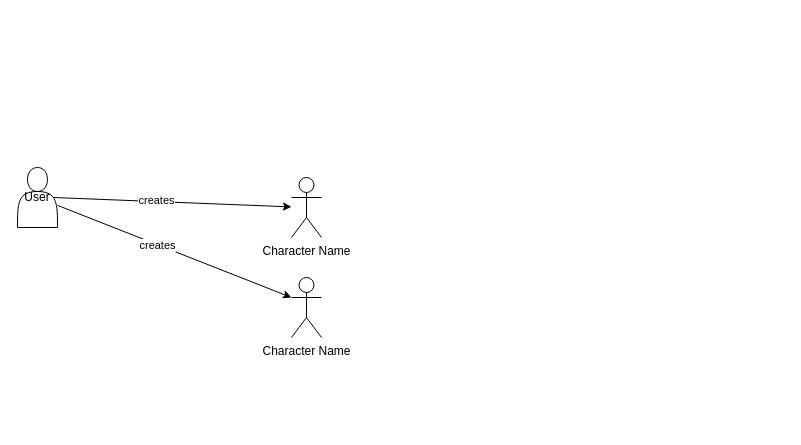
The draw.io diagram Diagrams/ContextDiagram.drawio in Joel6v/PraktikumZuehlke, before the edit. Source tidied: cells renumbered, new cells numbered last; positions are measured from the earlier drawing's top-left corner, leaving out a move shared by most shapes. Both pictures are drawn from the tidied source at 100%, with x=0, y=0 at pixel (17, 167).
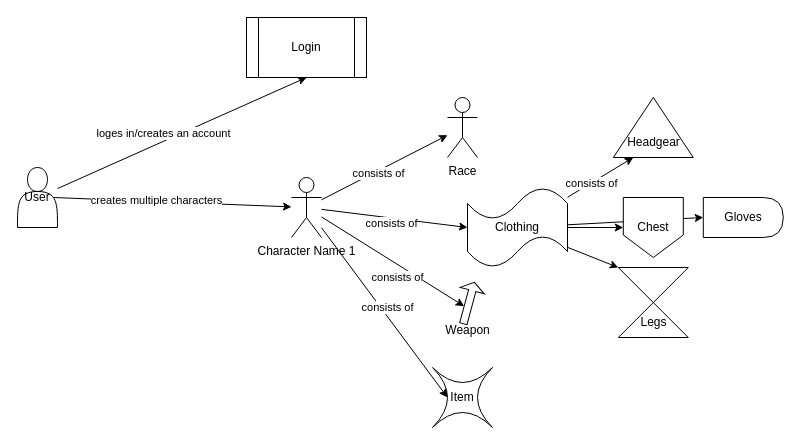
After the change.

Commit message:
Edit the Context Diagram

The change refers to these unchanged cells:
```xml
<mxCell id="2" value="User" style="shape=actor;whiteSpace=wrap;html=1;" parent="1" vertex="1">
  <mxGeometry width="40" height="60" as="geometry" />
</mxCell>
<mxCell id="4" style="rounded=0;jettySize=auto;html=1;entryX=0.9;entryY=0.5;entryDx=0;entryDy=0;entryPerimeter=0;endArrow=none;endFill=0;startArrow=classic;startFill=1;" parent="1" edge="1" source="3" target="2">
  <mxGeometry relative="1" as="geometry" />
</mxCell>
```

The edit, as a diff of the source:
```diff
@@
+    <mxCell id="9" style="rounded=0;jettySize=auto;html=1;entryX=0.5;entryY=1;entryDx=0;entryDy=0;" parent="1" edge="1" source="2" target="36">
+      <mxGeometry relative="1" as="geometry" />
+    </mxCell>
+    <mxCell id="10" value="loges in/creates an account" style="edgeLabel;html=1;align=center;verticalAlign=middle;" parent="9" vertex="1">
+      <mxGeometry x="-0.21" y="-1" relative="1" as="geometry">
+        <mxPoint x="6" y="-12" as="offset" />
+      </mxGeometry>
+    </mxCell>
@@
+    <mxCell id="11" style="rounded=0;jettySize=auto;html=1;" parent="1" edge="1" source="3" target="13">
+      <mxGeometry relative="1" as="geometry" />
+    </mxCell>
+    <mxCell id="12" value="consists of" style="edgeLabel;html=1;align=center;verticalAlign=middle;" parent="11" vertex="1">
+      <mxGeometry x="-0.11" y="-2" relative="1" as="geometry" />
+    </mxCell>
-    <mxCell id="3" value="Character Name" style="shape=umlActor;verticalLabelPosition=bottom;verticalAlign=top;html=1;" parent="1" vertex="1">
+    <mxCell id="3" value="Character Name 1" style="shape=umlActor;verticalLabelPosition=bottom;verticalAlign=top;html=1;" parent="1" vertex="1">
       <mxGeometry x="274" y="10" width="30" height="60" as="geometry" />
     </mxCell>
@@
-    <mxCell id="5" value="creates" style="edgeLabel;html=1;align=center;verticalAlign=middle;" parent="4" vertex="1">
+    <mxCell id="5" value="creates multiple characters" style="edgeLabel;html=1;align=center;verticalAlign=middle;" parent="4" vertex="1">
       <mxGeometry x="0.14" y="-2" relative="1" as="geometry" />
     </mxCell>
-    <mxCell id="6" value="Character Name" style="shape=umlActor;verticalLabelPosition=bottom;verticalAlign=top;html=1;" parent="1" vertex="1">
-      <mxGeometry x="274" y="110" width="30" height="60" as="geometry" />
-    </mxCell>
-    <mxCell id="7" style="rounded=0;jettySize=auto;html=1;entryX=0;entryY=0.3333333333333333;entryDx=0;entryDy=0;entryPerimeter=0;" parent="1" edge="1" source="2" target="6">
-      <mxGeometry relative="1" as="geometry" />
-    </mxCell>
-    <mxCell id="8" value="creates" style="edgeLabel;html=1;align=center;verticalAlign=middle;" parent="7" vertex="1">
-      <mxGeometry x="-0.15" relative="1" as="geometry" />
-    </mxCell>
+    <mxCell id="13" value="Race" style="shape=umlActor;verticalLabelPosition=bottom;verticalAlign=top;html=1;outlineConnect=0;" parent="1" vertex="1">
+      <mxGeometry x="430" y="-70" width="30" height="60" as="geometry" />
+    </mxCell>
+    <mxCell id="14" style="rounded=0;jettySize=auto;html=1;entryX=0;entryY=0.25;entryDx=0;entryDy=0;" parent="1" edge="1" source="19" target="24">
+      <mxGeometry relative="1" as="geometry" />
+    </mxCell>
+    <mxCell id="15" value="consists of" style="edgeLabel;html=1;align=center;verticalAlign=middle;" parent="14" vertex="1">
+      <mxGeometry x="-0.31" relative="1" as="geometry" />
+    </mxCell>
+    <mxCell id="16" style="rounded=0;jettySize=auto;html=1;entryX=0;entryY=0.5;entryDx=0;entryDy=0;" parent="1" edge="1" source="19" target="20">
+      <mxGeometry relative="1" as="geometry" />
+    </mxCell>
+    <mxCell id="17" style="rounded=0;jettySize=auto;html=1;entryX=0;entryY=0;entryDx=0;entryDy=0;" parent="1" edge="1" source="19" target="38">
+      <mxGeometry relative="1" as="geometry" />
+    </mxCell>
+    <mxCell id="18" style="rounded=0;jettySize=auto;html=1;entryX=0;entryY=0.5;entryDx=0;entryDy=0;" parent="1" edge="1" source="19" target="21">
+      <mxGeometry relative="1" as="geometry" />
+    </mxCell>
+    <mxCell id="19" value="Clothing" style="shape=tape;whiteSpace=wrap;html=1;" parent="1" vertex="1">
+      <mxGeometry x="450" y="20" width="100" height="80" as="geometry" />
+    </mxCell>
+    <mxCell id="20" value="Chest" style="shape=offPageConnector;whiteSpace=wrap;html=1;" parent="1" vertex="1">
+      <mxGeometry x="605.8" y="30" width="60" height="60" as="geometry" />
+    </mxCell>
+    <mxCell id="21" value="Gloves" style="shape=delay;whiteSpace=wrap;html=1;" parent="1" vertex="1">
+      <mxGeometry x="685.8" y="30" width="80" height="40" as="geometry" />
+    </mxCell>
+    <mxCell id="22" style="group;" parent="1" vertex="1">
+      <mxGeometry x="595.8" y="-60" width="80" height="95" as="geometry" />
+    </mxCell>
+    <mxCell id="23" style="group;" parent="22" vertex="1">
+      <mxGeometry y="-10" width="80" height="60" as="geometry" />
+    </mxCell>
+    <mxCell id="24" style="triangle;whiteSpace=wrap;html=1;rotation=-90;" parent="23" vertex="1">
+      <mxGeometry x="10" y="-10" width="60" height="80" as="geometry" />
+    </mxCell>
+    <mxCell id="25" value="Headgear" style="text;html=1;align=center;verticalAlign=middle;strokeColor=none;fillColor=none;" parent="23" vertex="1">
+      <mxGeometry y="30" width="80" height="30" as="geometry" />
+    </mxCell>
+    <mxCell id="26" value="Item" style="shape=switch;whiteSpace=wrap;html=1;" parent="1" vertex="1">
+      <mxGeometry x="415" y="200" width="60" height="60" as="geometry" />
+    </mxCell>
+    <mxCell id="27" style="rounded=0;jettySize=auto;html=1;entryX=0;entryY=0.5;entryDx=0;entryDy=0;entryPerimeter=0;" parent="1" edge="1" source="3" target="19">
+      <mxGeometry relative="1" as="geometry" />
+    </mxCell>
+    <mxCell id="28" value="consists of" style="edgeLabel;html=1;align=center;verticalAlign=middle;" parent="27" vertex="1">
+      <mxGeometry x="-0.29" y="1" relative="1" as="geometry">
+        <mxPoint x="18" y="8" as="offset" />
+      </mxGeometry>
+    </mxCell>
+    <mxCell id="29" style="rounded=0;jettySize=auto;html=1;entryX=0.25;entryY=0.5;entryDx=0;entryDy=0;entryPerimeter=0;" parent="1" edge="1" source="3" target="26">
+      <mxGeometry relative="1" as="geometry" />
+    </mxCell>
+    <mxCell id="30" value="consists of" style="edgeLabel;html=1;align=center;verticalAlign=middle;" parent="29" vertex="1">
+      <mxGeometry x="-0.23" y="-1" relative="1" as="geometry">
+        <mxPoint x="18" y="14" as="offset" />
+      </mxGeometry>
+    </mxCell>
+    <mxCell id="31" style="group;" parent="1" vertex="1">
+      <mxGeometry x="415" y="111.6" width="70" height="66.4" as="geometry" />
+    </mxCell>
+    <mxCell id="32" style="shape=singleArrow;whiteSpace=wrap;html=1;rotation=-75;" parent="31" vertex="1">
+      <mxGeometry x="15" y="11.4" width="42.8" height="25" as="geometry" />
+    </mxCell>
+    <mxCell id="33" value="Weapon" style="text;html=1;align=center;verticalAlign=middle;strokeColor=none;fillColor=none;" parent="31" vertex="1">
+      <mxGeometry y="36.4" width="70" height="30" as="geometry" />
+    </mxCell>
+    <mxCell id="34" style="rounded=0;jettySize=auto;html=1;entryX=0;entryY=0;entryDx=17.1;entryDy=8.75;entryPerimeter=0;" parent="1" edge="1" source="3" target="32">
+      <mxGeometry relative="1" as="geometry" />
+    </mxCell>
+    <mxCell id="35" value="consists of" style="edgeLabel;html=1;align=center;verticalAlign=middle;" parent="34" vertex="1">
+      <mxGeometry x="-0.25" relative="1" as="geometry">
+        <mxPoint x="22" y="27" as="offset" />
+      </mxGeometry>
+    </mxCell>
+    <mxCell id="36" value="Login" style="shape=process;whiteSpace=wrap;html=1;backgroundOutline=1;" parent="1" vertex="1">
+      <mxGeometry x="229" y="-150" width="120" height="60" as="geometry" />
+    </mxCell>
+    <mxCell id="37" style="group;" parent="1" vertex="1">
+      <mxGeometry x="600.8" y="100" width="70" height="70" as="geometry" />
+    </mxCell>
+    <mxCell id="38" style="shape=collate;whiteSpace=wrap;html=1;" parent="37" vertex="1">
+      <mxGeometry width="70" height="70" as="geometry" />
+    </mxCell>
+    <mxCell id="39" value="Legs" style="text;html=1;align=center;verticalAlign=middle;strokeColor=none;fillColor=none;" parent="37" vertex="1">
+      <mxGeometry x="10" y="40" width="50" height="30" as="geometry" />
+    </mxCell>
```
